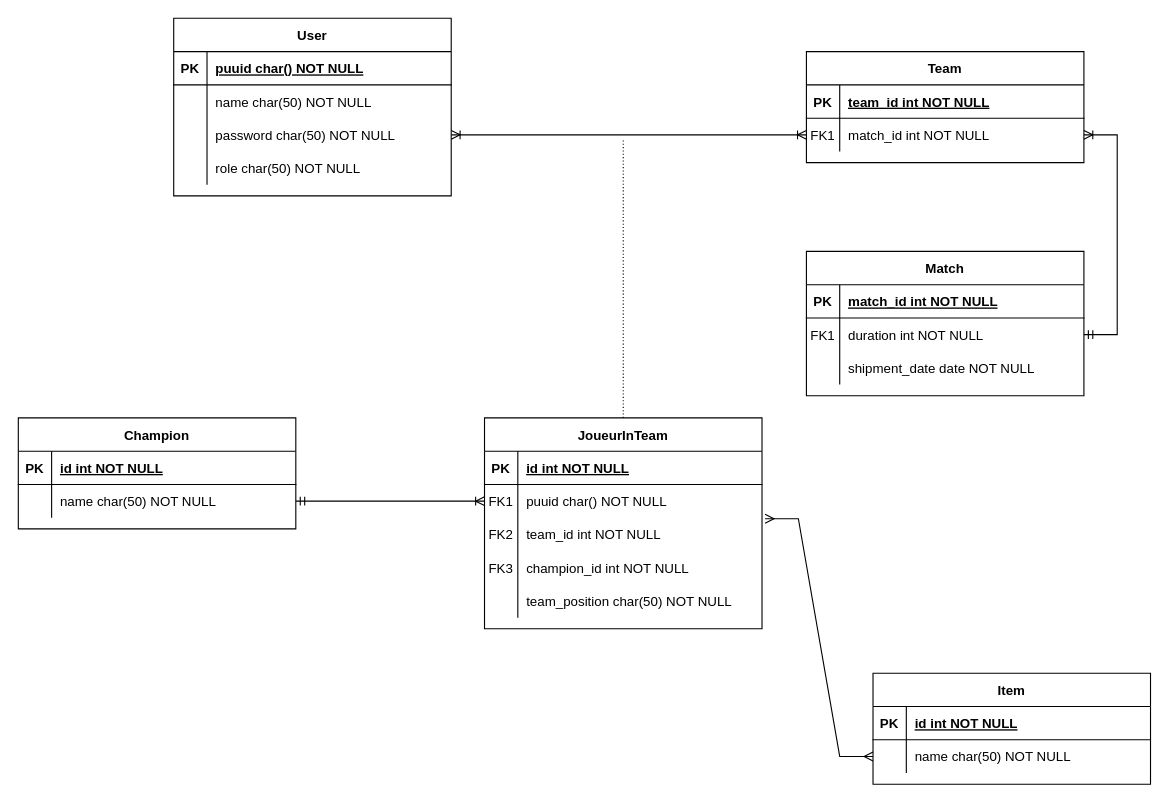
Before: Image Prod/Diagramme de donnees.drawio in Niyo-D-JC/HelpWork, a draw.io diagram. Source tidied: cells renumbered, new cells numbered last; positions are measured from the earlier drawing's top-left corner, leaving out a move shared by most shapes. Both pictures are drawn from the tidied source at 111%, with x=0, y=0 at pixel (18, 18).
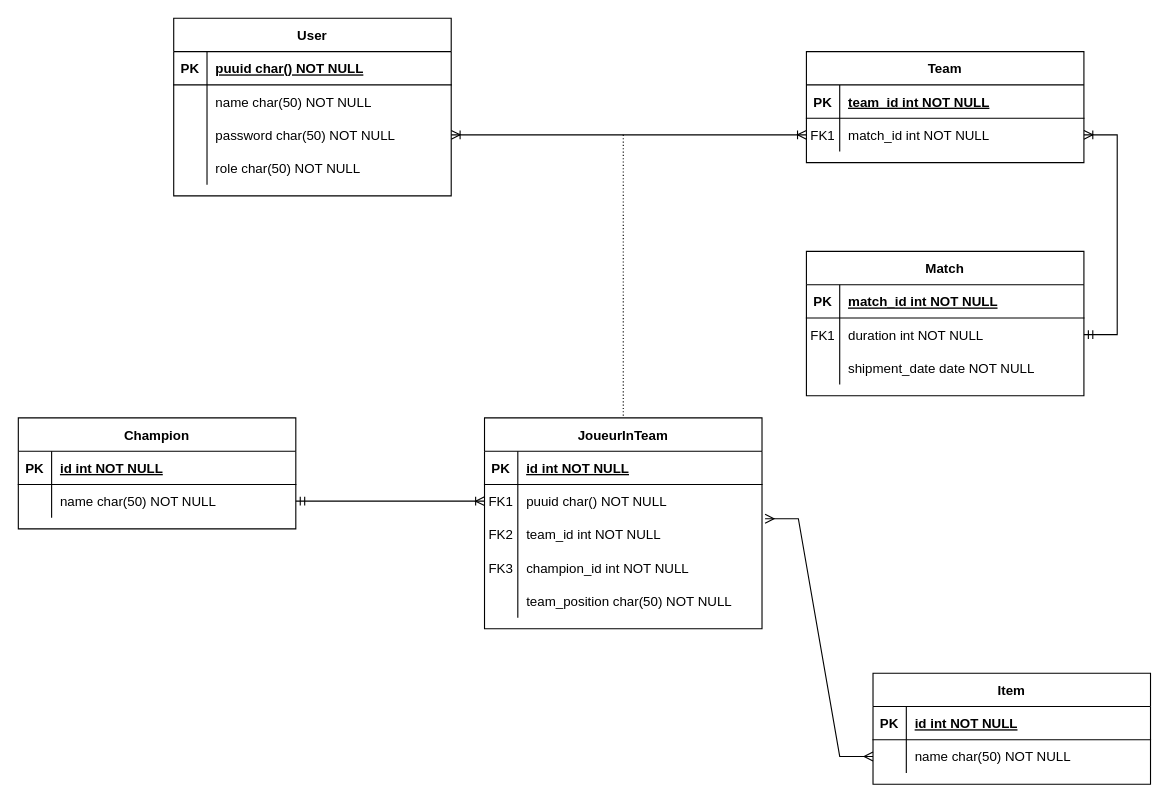
After the change.

Unchanged cells that the change refers to:
```xml
<mxCell id="39" value="JoueurInTeam" style="shape=table;startSize=30;childLayout=tableLayout;rowLines=0;fontStyle=1;align=center;" parent="1" vertex="1">
  <mxGeometry x="420" y="360" width="250" height="190" as="geometry" />
</mxCell>
```

Change to the diagram source:
```diff
@@
-    <mxCell id="66" style="endArrow=none;html=1;rounded=0;dashed=1;dashPattern=1 2;entryX=0.5;entryY=0;entryDx=0;entryDy=0;" parent="1" edge="1" target="39">
+    <mxCell id="66" style="endArrow=none;html=1;rounded=0;dashed=1;dashPattern=1 2;entryX=0.5;entryY=0;entryDx=0;entryDy=0;startSize=6;" parent="1" edge="1" target="39">
       <mxGeometry relative="1" as="geometry">
-        <mxPoint x="545" y="110" as="sourcePoint" />
+        <mxPoint x="545" y="105" as="sourcePoint" />
       </mxGeometry>
     </mxCell>
```
